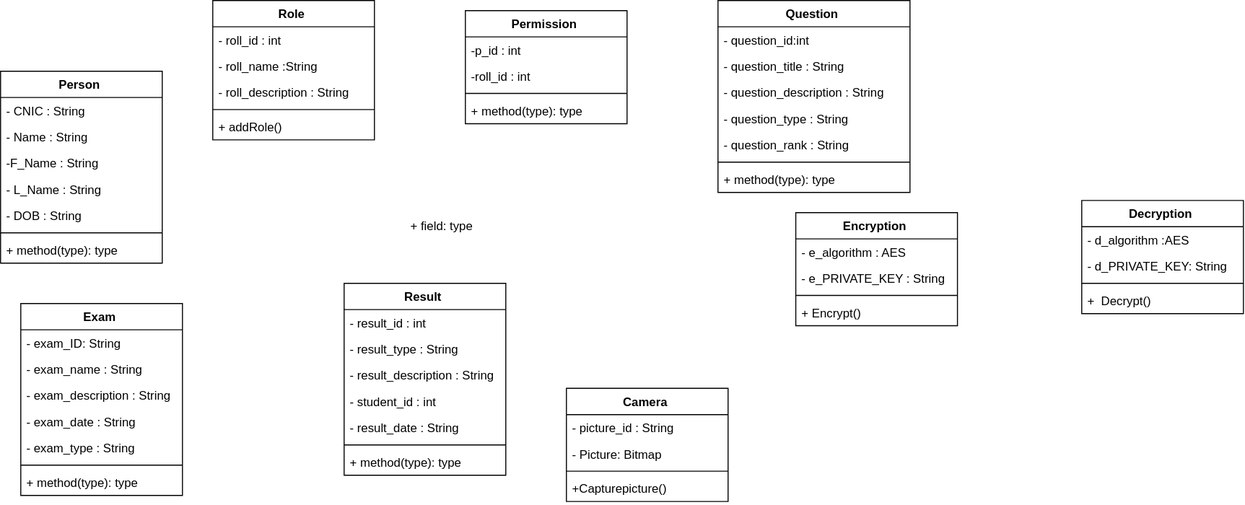
This is Class Diagram.drawio.svg from Zaeem6100/FYP-Documents, a draw.io export, as it was before one commit. Source tidied: cells renumbered, new cells last; positions are measured from the earlier drawing's top-left corner, leaving out a move shared by most shapes.
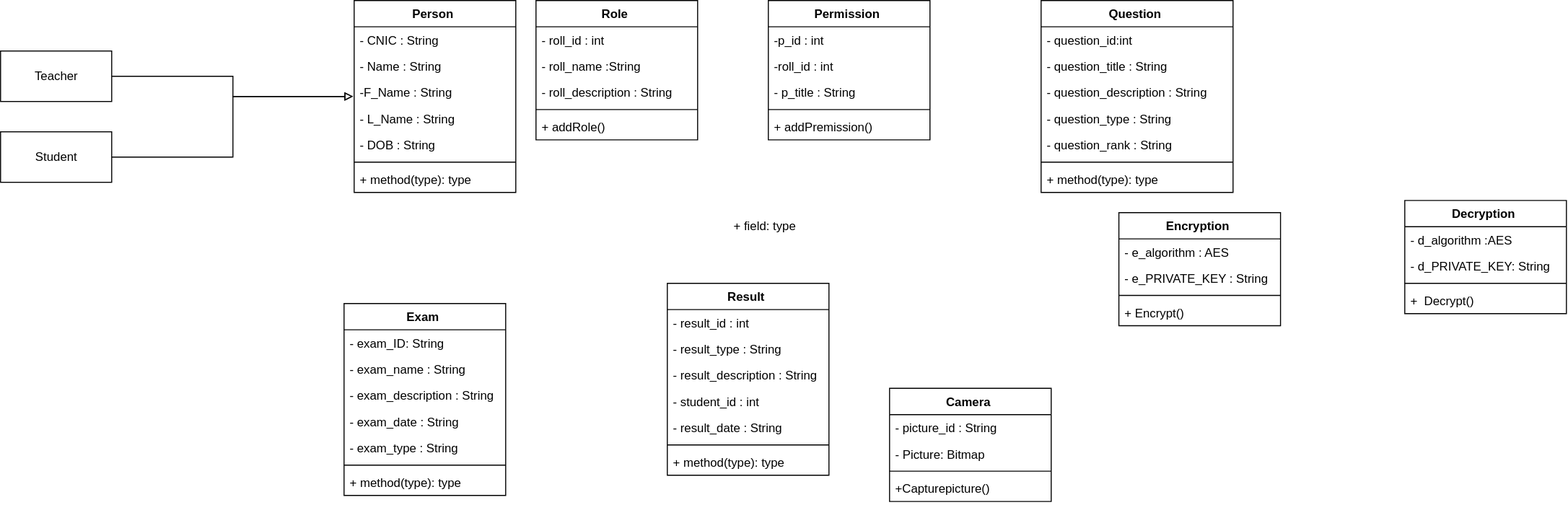
After the commit.

Change to the diagram source:
```diff
@@ -6,7 +6,7 @@
       <mxGeometry x="400" y="210" width="160" height="26" as="geometry" />
     </mxCell>
     <mxCell id="3" value="Person " style="swimlane;fontStyle=1;align=center;verticalAlign=top;horizontal=1;startSize=26;" parent="1" vertex="1">
-      <mxGeometry y="70" width="160" height="190" as="geometry" />
+      <mxGeometry x="30" width="160" height="190" as="geometry" />
     </mxCell>
     <mxCell id="4" value="- CNIC : String&#10; " style="text;strokeColor=none;fillColor=none;align=left;verticalAlign=top;spacingLeft=4;spacingRight=4;overflow=hidden;" parent="3" vertex="1">
       <mxGeometry y="26" width="160" height="26" as="geometry" />
@@ -165,7 +165,7 @@
       <mxGeometry y="112" width="160" height="26" as="geometry" />
     </mxCell>
     <mxCell id="56" value="Permission " style="swimlane;fontStyle=1;align=center;verticalAlign=top;horizontal=1;startSize=26;" parent="1" vertex="1">
-      <mxGeometry x="460" y="10" width="160" height="112" as="geometry" />
+      <mxGeometry x="440" width="160" height="138" as="geometry" />
     </mxCell>
     <mxCell id="57" value="-p_id : int" style="text;strokeColor=none;fillColor=none;align=left;verticalAlign=top;spacingLeft=4;spacingRight=4;overflow=hidden;" parent="56" vertex="1">
       <mxGeometry y="26" width="160" height="26" as="geometry" />
@@ -173,11 +173,26 @@
     <mxCell id="58" value="-roll_id : int" style="text;strokeColor=none;fillColor=none;align=left;verticalAlign=top;spacingLeft=4;spacingRight=4;overflow=hidden;" parent="56" vertex="1">
       <mxGeometry y="52" width="160" height="26" as="geometry" />
     </mxCell>
+    <mxCell id="61" value="- p_title : String" style="text;strokeColor=none;fillColor=none;align=left;verticalAlign=top;spacingLeft=4;spacingRight=4;overflow=hidden;" parent="56" vertex="1">
+      <mxGeometry y="78" width="160" height="26" as="geometry" />
+    </mxCell>
     <mxCell id="59" style="line;strokeWidth=1;fillColor=none;align=left;verticalAlign=middle;spacingTop=-1;spacingLeft=3;spacingRight=3;labelPosition=right;" parent="56" vertex="1">
-      <mxGeometry y="78" width="160" height="8" as="geometry" />
+      <mxGeometry y="104" width="160" height="8" as="geometry" />
     </mxCell>
-    <mxCell id="60" value="+ method(type): type" style="text;strokeColor=none;fillColor=none;align=left;verticalAlign=top;spacingLeft=4;spacingRight=4;overflow=hidden;" parent="56" vertex="1">
-      <mxGeometry y="86" width="160" height="26" as="geometry" />
+    <mxCell id="60" value="+ addPremission()" style="text;strokeColor=none;fillColor=none;align=left;verticalAlign=top;spacingLeft=4;spacingRight=4;overflow=hidden;" parent="56" vertex="1">
+      <mxGeometry y="112" width="160" height="26" as="geometry" />
     </mxCell>
+    <mxCell id="62" style="edgeStyle=orthogonalEdgeStyle;rounded=0;jettySize=auto;html=1;endArrow=block;endFill=0;strokeWidth=1;targetPerimeterSpacing=1;jumpSize=17;shadow=0;sketch=0;" parent="1" edge="1" source="63" target="3">
+      <mxGeometry relative="1" as="geometry" />
+    </mxCell>
+    <mxCell id="63" value="Teacher" style="html=1;" parent="1" vertex="1">
+      <mxGeometry x="-320" y="50" width="110" height="50" as="geometry" />
+    </mxCell>
+    <mxCell id="64" style="edgeStyle=orthogonalEdgeStyle;rounded=0;sketch=0;jumpSize=17;jettySize=auto;html=1;shadow=0;endArrow=block;endFill=0;targetPerimeterSpacing=1;strokeColor=#000000;strokeWidth=1;" parent="1" edge="1" source="65" target="3">
+      <mxGeometry relative="1" as="geometry" />
+    </mxCell>
+    <mxCell id="65" value="Student" style="html=1;" parent="1" vertex="1">
+      <mxGeometry x="-320" y="130" width="110" height="50" as="geometry" />
+    </mxCell>
   </root>
 </mxGraphModel>
```
